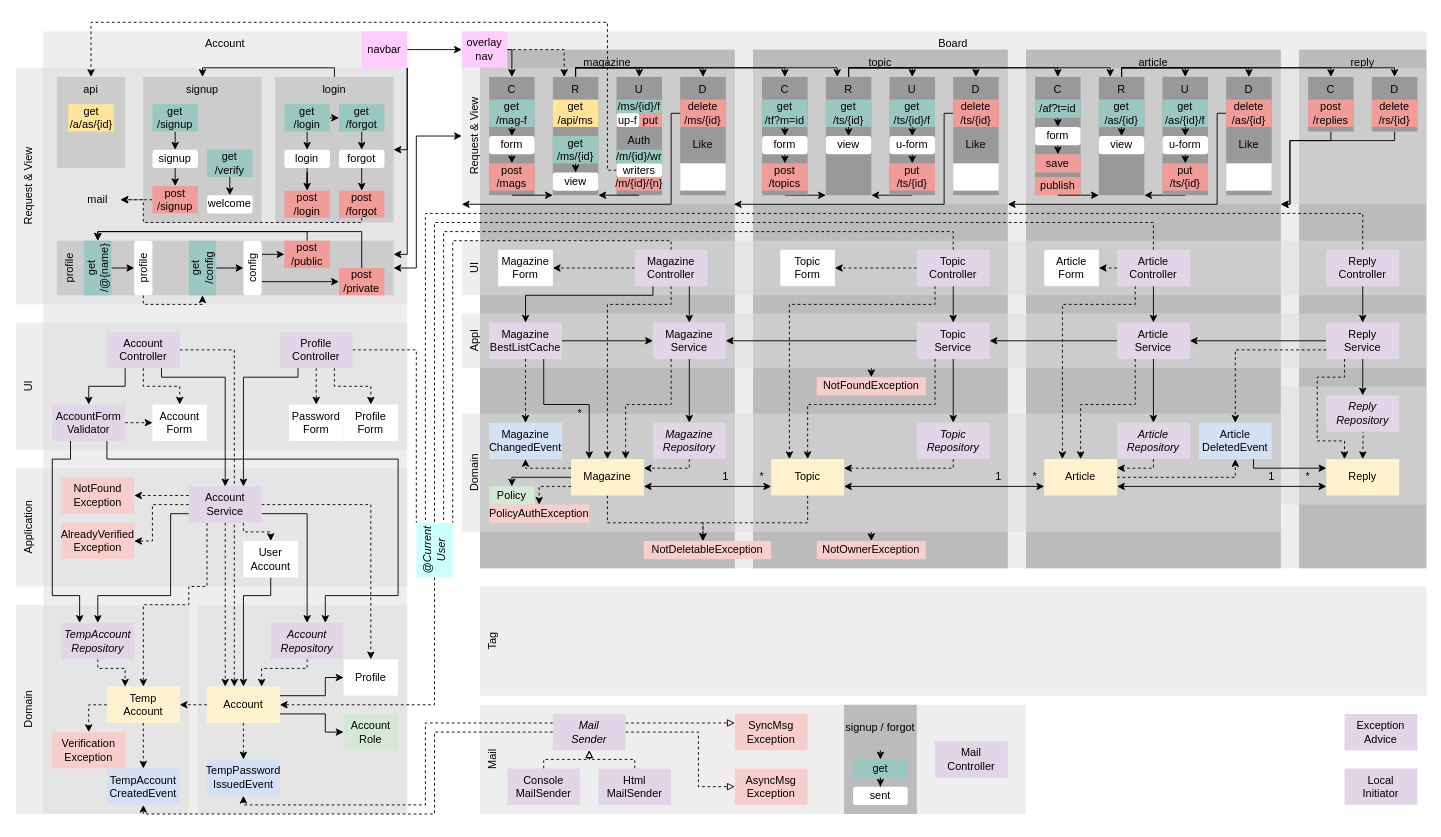
Before: diagram.drawio in suloginscene/dinner, a draw.io diagram. Source tidied: cells renumbered, new cells numbered last; positions are measured from the earlier drawing's top-left corner, leaving out a move shared by most shapes. Both pictures are drawn from the tidied source at 91%, with x=0, y=0 at pixel (15, 22).
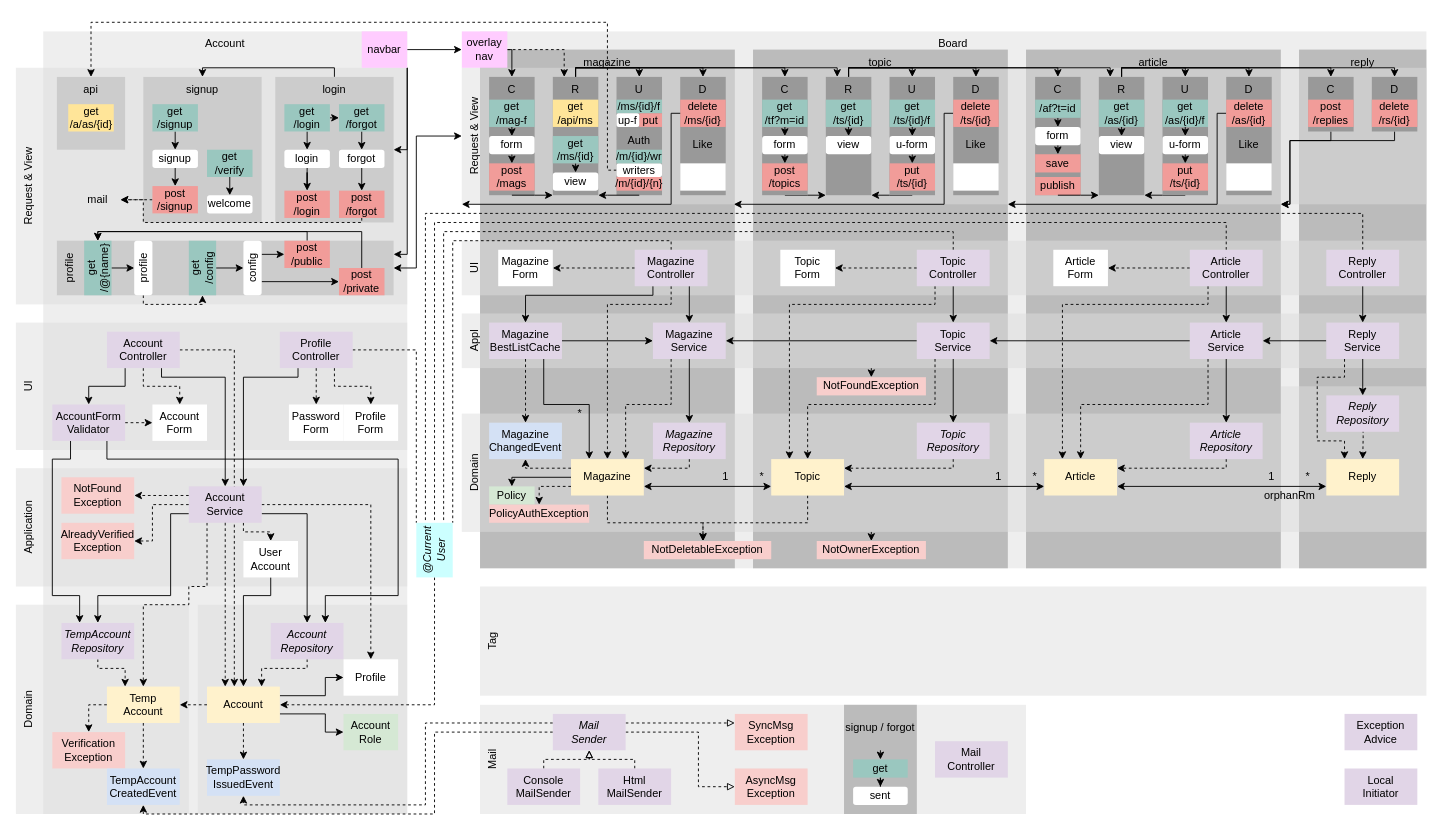
The same page after the edit.

Commit message (it also covers changes not shown here):
[#4] refactor: Orphan removal - article to replies

The change refers to these unchanged cells:
```xml
<mxCell id="179" value="Article" style="rounded=0;whiteSpace=wrap;html=1;strokeColor=none;fillColor=#FFF2CC;" parent="1" vertex="1">
  <mxGeometry x="1130" y="480" width="80" height="40" as="geometry" />
</mxCell>
<mxCell id="239" value="Reply" style="rounded=0;whiteSpace=wrap;html=1;strokeColor=none;fillColor=#FFF2CC;" parent="1" vertex="1">
  <mxGeometry x="1440" y="480" width="80" height="40" as="geometry" />
</mxCell>
<mxCell id="250" value="Reply&lt;br&gt;Service" style="rounded=0;whiteSpace=wrap;html=1;strokeColor=none;fillColor=#E1D5E7;" parent="1" vertex="1">
  <mxGeometry x="1440" y="330" width="80" height="40" as="geometry" />
</mxCell>
<mxCell id="258" value="@Current&lt;br&gt;User" style="rounded=0;whiteSpace=wrap;html=1;fontStyle=2;horizontal=0;strokeColor=none;fillColor=#CCFFFF;" parent="1" vertex="1">
  <mxGeometry x="440" y="550" width="40" height="60" as="geometry" />
</mxCell>
```

Change to the diagram source:
```diff
@@
     <mxCell id="7" style="rounded=0;whiteSpace=wrap;html=1;verticalAlign=top;fillColor=#DDDDDD;strokeColor=none;align=center;horizontal=0;opacity=50;" parent="1" vertex="1">
-      <mxGeometry x="1390" y="400" width="160" height="130" as="geometry" />
+      <mxGeometry x="1390" y="400" width="160" height="160" as="geometry" />
     </mxCell>
@@
     <mxCell id="166" style="edgeStyle=orthogonalEdgeStyle;rounded=0;jettySize=auto;html=1;exitX=0.5;exitY=0;exitDx=0;exitDy=0;entryX=0.5;entryY=0;entryDx=0;entryDy=0;dashed=1;endArrow=none;endFill=0;" parent="1" edge="1" source="169" target="258">
       <mxGeometry relative="1" as="geometry">
         <Array as="points">
-          <mxPoint x="1250" y="220" />
+          <mxPoint x="1330" y="220" />
           <mxPoint x="460" y="220" />
         </Array>
       </mxGeometry>
     </mxCell>
@@
     <mxCell id="168" style="edgeStyle=orthogonalEdgeStyle;rounded=0;jettySize=auto;html=1;exitX=0.25;exitY=1;exitDx=0;exitDy=0;entryX=0.25;entryY=0;entryDx=0;entryDy=0;dashed=1;" parent="1" edge="1" source="169" target="179">
       <mxGeometry relative="1" as="geometry">
         <Array as="points">
-          <mxPoint x="1230" y="310" />
+          <mxPoint x="1310" y="310" />
           <mxPoint x="1150" y="310" />
         </Array>
       </mxGeometry>
     </mxCell>
     <mxCell id="169" value="Article&lt;br&gt;Controller" style="rounded=0;whiteSpace=wrap;html=1;strokeColor=none;fillColor=#E1D5E7;" parent="1" vertex="1">
-      <mxGeometry x="1210" y="250" width="80" height="40" as="geometry" />
+      <mxGeometry x="1290" y="250" width="80" height="40" as="geometry" />
     </mxCell>
     <mxCell id="170" value="Article&lt;br&gt;Form" style="rounded=0;whiteSpace=wrap;html=1;strokeColor=none;" parent="1" vertex="1">
-      <mxGeometry x="1130" y="250" width="60" height="40" as="geometry" />
+      <mxGeometry x="1140" y="250" width="60" height="40" as="geometry" />
     </mxCell>
@@
     <mxCell id="173" style="edgeStyle=orthogonalEdgeStyle;rounded=0;jettySize=auto;html=1;exitX=0.25;exitY=1;exitDx=0;exitDy=0;entryX=0.5;entryY=0;entryDx=0;entryDy=0;dashed=1;" parent="1" edge="1" source="174" target="179">
       <mxGeometry relative="1" as="geometry">
         <Array as="points">
-          <mxPoint x="1230" y="420" />
+          <mxPoint x="1310" y="420" />
           <mxPoint x="1170" y="420" />
         </Array>
       </mxGeometry>
     </mxCell>
     <mxCell id="174" value="Article&lt;br&gt;Service" style="rounded=0;whiteSpace=wrap;html=1;strokeColor=none;fillColor=#E1D5E7;" parent="1" vertex="1">
-      <mxGeometry x="1210" y="330" width="80" height="40" as="geometry" />
+      <mxGeometry x="1290" y="330" width="80" height="40" as="geometry" />
     </mxCell>
     <mxCell id="175" style="edgeStyle=orthogonalEdgeStyle;rounded=0;jettySize=auto;html=1;exitX=0.5;exitY=1;exitDx=0;exitDy=0;entryX=1;entryY=0.25;entryDx=0;entryDy=0;dashed=1;" parent="1" edge="1" source="176" target="179">
       <mxGeometry relative="1" as="geometry">
         <Array as="points">
-          <mxPoint x="1250" y="490" />
+          <mxPoint x="1330" y="490" />
         </Array>
       </mxGeometry>
     </mxCell>
     <mxCell id="176" value="&lt;span&gt;Article&lt;br&gt;&lt;/span&gt;Repository" style="rounded=0;whiteSpace=wrap;html=1;strokeColor=none;fontStyle=2;fillColor=#E1D5E7;" parent="1" vertex="1">
-      <mxGeometry x="1210" y="440" width="80" height="40" as="geometry" />
+      <mxGeometry x="1290" y="440" width="80" height="40" as="geometry" />
     </mxCell>
@@
-    <mxCell id="178" style="edgeStyle=orthogonalEdgeStyle;rounded=0;jettySize=auto;html=1;exitX=1;exitY=0.5;exitDx=0;exitDy=0;entryX=0.5;entryY=1;entryDx=0;entryDy=0;dashed=1;startArrow=none;startFill=0;" parent="1" edge="1" source="179" target="281">
-      <mxGeometry relative="1" as="geometry" />
-    </mxCell>
@@
-    <mxCell id="249" style="edgeStyle=orthogonalEdgeStyle;rounded=0;jettySize=auto;html=1;exitX=0;exitY=0.75;exitDx=0;exitDy=0;entryX=0.5;entryY=0;entryDx=0;entryDy=0;startArrow=none;startFill=0;dashed=1;" parent="1" edge="1" source="250" target="281">
-      <mxGeometry relative="1" as="geometry" />
-    </mxCell>
@@
-    <mxCell id="280" style="edgeStyle=orthogonalEdgeStyle;rounded=0;jettySize=auto;html=1;exitX=0.75;exitY=1;exitDx=0;exitDy=0;entryX=0;entryY=0.25;entryDx=0;entryDy=0;startArrow=none;startFill=0;" parent="1" edge="1" source="281" target="239">
-      <mxGeometry relative="1" as="geometry">
-        <Array as="points">
-          <mxPoint x="1360" y="490" />
-        </Array>
-      </mxGeometry>
-    </mxCell>
-    <mxCell id="281" value="Article&lt;br&gt;DeletedEvent" style="rounded=0;whiteSpace=wrap;html=1;strokeColor=none;fillColor=#D4E1F5;" parent="1" vertex="1">
-      <mxGeometry x="1300" y="440" width="80" height="40" as="geometry" />
-    </mxCell>
@@
     <mxCell id="303" value="api" style="rounded=0;whiteSpace=wrap;html=1;verticalAlign=top;fillColor=#CCCCCC;strokeColor=none;" parent="1" vertex="1">
-      <mxGeometry x="45" y="60" width="75" height="100" as="geometry" />
+      <mxGeometry x="45" y="60" width="75" height="80" as="geometry" />
     </mxCell>
@@
+    <mxCell id="313" value="orphanRm" style="rounded=1;whiteSpace=wrap;html=1;strokeColor=none;fillColor=none;" parent="1" vertex="1">
+      <mxGeometry x="1360" y="510" width="80" height="20" as="geometry" />
+    </mxCell>
```
